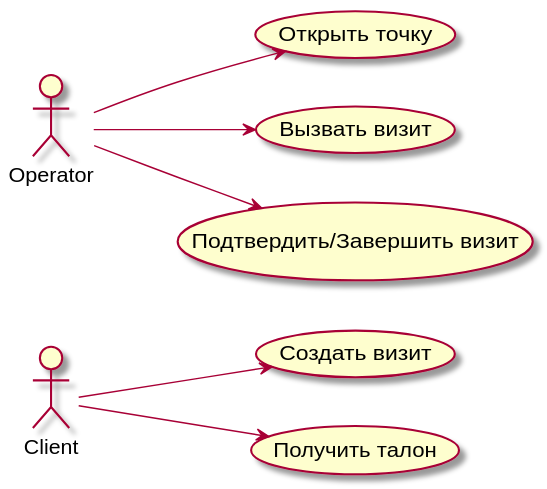
The PlantUML diagram docs/diagrams/use-cases.svg in psokolov25/VisitManager, before a commit.
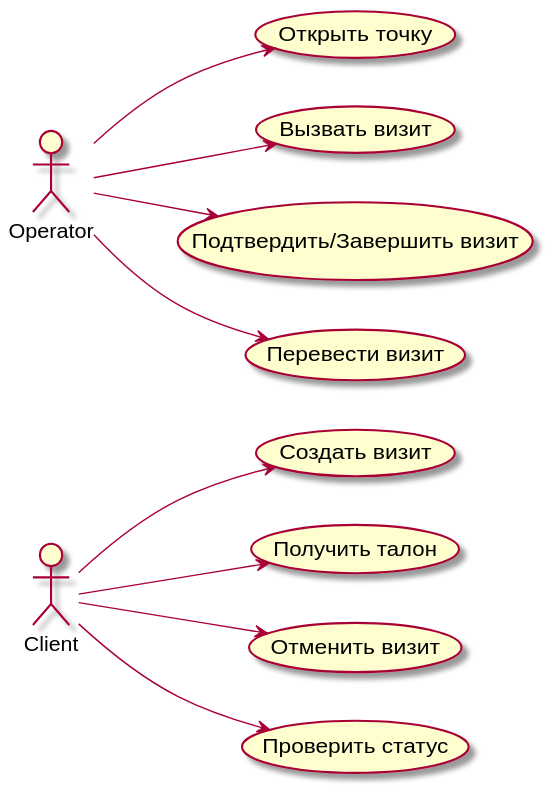
The same diagram one commit later.

Commit message:
docs: вернуть SVG диаграммы и расширить кейсы

The edit, as a diff of the source:
```diff
@@ -4,7 +4,10 @@
 actor Operator
 Client --> (Создать визит)
 Client --> (Получить талон)
+Client --> (Отменить визит)
+Client --> (Проверить статус)
 Operator --> (Открыть точку)
 Operator --> (Вызвать визит)
 Operator --> (Подтвердить/Завершить визит)
+Operator --> (Перевести визит)
 @enduml
```
